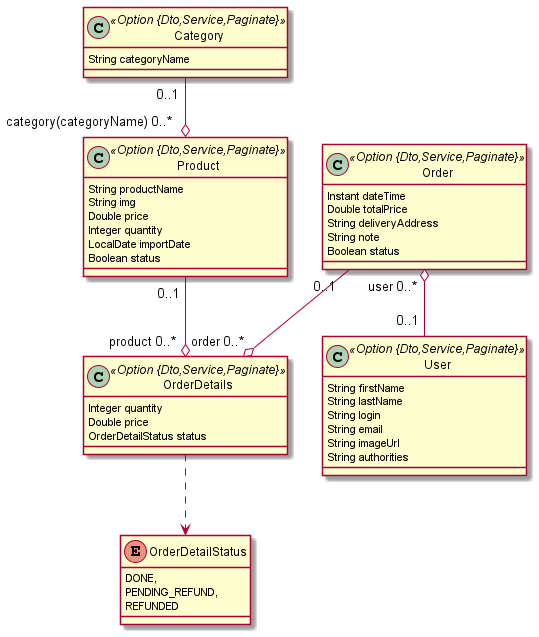
This is jdl/demo.png from viettien1602/ToDoAppV3, a PlantUML export, as it was before one commit.
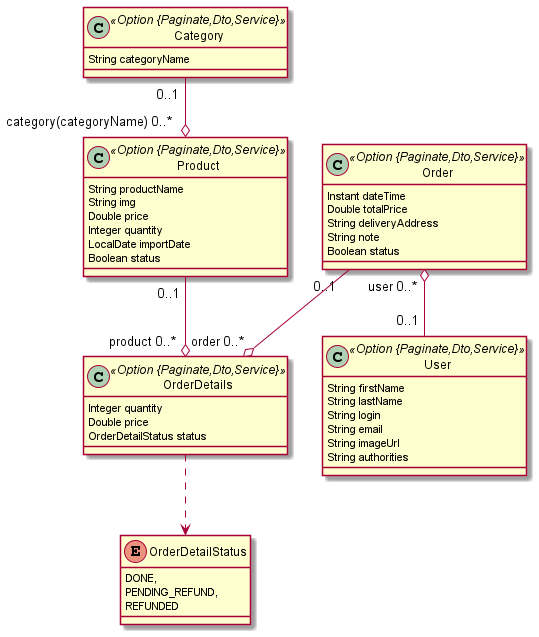
After the change.

Commit message:
demo api hello again

The edit, as a diff of the source:
```diff
@@ -5,10 +5,10 @@
 		PENDING_REFUND,
 		REFUNDED
 	}
-	class Category <<Option {Dto,Service,Paginate}>> {
+	class Category <<Option {Paginate,Dto,Service}>> {
 		String categoryName
 	}
-	class Product <<Option {Dto,Service,Paginate}>> {
+	class Product <<Option {Paginate,Dto,Service}>> {
 		String productName
 		String img
 		Double price
@@ -16,14 +16,14 @@
 		LocalDate importDate
 		Boolean status
 	}
-	class Order <<Option {Dto,Service,Paginate}>> {
+	class Order <<Option {Paginate,Dto,Service}>> {
 		Instant dateTime
 		Double totalPrice
 		String deliveryAddress
 		String note
 		Boolean status
 	}
-	class OrderDetails <<Option {Dto,Service,Paginate}>> {
+	class OrderDetails <<Option {Paginate,Dto,Service}>> {
 		Integer quantity
 		Double price
 		OrderDetailStatus status
@@ -33,7 +33,7 @@
 	Product  "0..1 " --o "product 0..* "  OrderDetails
 	Order  "0..1 " --o "order 0..* "  OrderDetails
 	Order  "user 0..* " o-- "0..1 "  User
-	class User <<Option {Dto,Service,Paginate}>> {
+	class User <<Option {Paginate,Dto,Service}>> {
 		String firstName
 		String lastName
 		String login
```
